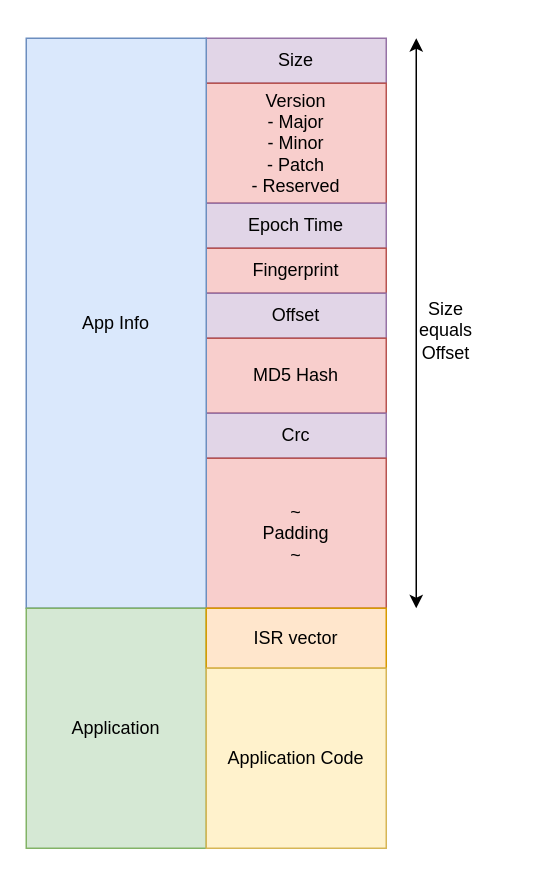
This is doc/pak.drawio from aslansq/metadata_app_pak, a draw.io file, before an edit. Source tidied: cells renumbered, new cells numbered last; positions are measured from the earlier drawing's top-left corner, leaving out a move shared by most shapes. Both pictures are drawn from the tidied source at 150%, with x=0, y=0 at pixel (26, 38).
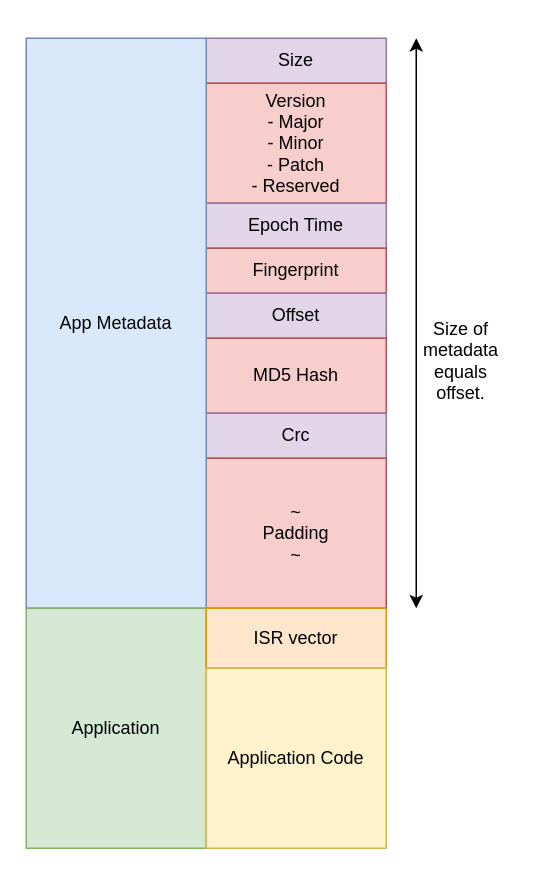
The same page after the edit.

Commit message (it also covers changes not shown here):
info to metadata name change

Change to the diagram source:
```diff
@@
 <mxGraphModel>
   <root>
     <mxCell id="0" />
     <mxCell id="1" parent="0" />
     <mxCell id="2" value="Size" style="rounded=0;whiteSpace=wrap;html=1;fillColor=#e1d5e7;strokeColor=#9673a6;" parent="1" vertex="1">
       <mxGeometry x="120" width="120" height="30" as="geometry" />
     </mxCell>
     <mxCell id="3" value="Version&lt;div&gt;- Major&lt;/div&gt;&lt;div&gt;- Minor&lt;/div&gt;&lt;div&gt;- Patch&lt;/div&gt;&lt;div&gt;- Reserved&lt;/div&gt;" style="rounded=0;whiteSpace=wrap;html=1;fillColor=#f8cecc;strokeColor=#b85450;" parent="1" vertex="1">
       <mxGeometry x="120" y="30" width="120" height="80" as="geometry" />
     </mxCell>
     <mxCell id="4" value="Epoch Time" style="rounded=0;whiteSpace=wrap;html=1;fillColor=#e1d5e7;strokeColor=#9673a6;" parent="1" vertex="1">
       <mxGeometry x="120" y="110" width="120" height="30" as="geometry" />
     </mxCell>
     <mxCell id="5" value="Fingerprint" style="rounded=0;whiteSpace=wrap;html=1;fillColor=#f8cecc;strokeColor=#b85450;" parent="1" vertex="1">
       <mxGeometry x="120" y="140" width="120" height="30" as="geometry" />
     </mxCell>
     <mxCell id="6" value="Offset" style="rounded=0;whiteSpace=wrap;html=1;fillColor=#e1d5e7;strokeColor=#9673a6;" parent="1" vertex="1">
       <mxGeometry x="120" y="170" width="120" height="30" as="geometry" />
     </mxCell>
     <mxCell id="7" value="MD5 Hash" style="rounded=0;whiteSpace=wrap;html=1;fillColor=#f8cecc;strokeColor=#b85450;" parent="1" vertex="1">
       <mxGeometry x="120" y="200" width="120" height="50" as="geometry" />
     </mxCell>
     <mxCell id="8" value="Crc" style="rounded=0;whiteSpace=wrap;html=1;fillColor=#e1d5e7;strokeColor=#9673a6;" parent="1" vertex="1">
       <mxGeometry x="120" y="250" width="120" height="30" as="geometry" />
     </mxCell>
     <mxCell id="9" value="~&lt;br&gt;Padding&lt;div&gt;~&lt;/div&gt;" style="rounded=0;whiteSpace=wrap;html=1;fillColor=#f8cecc;strokeColor=#b85450;" parent="1" vertex="1">
       <mxGeometry x="120" y="280" width="120" height="100" as="geometry" />
     </mxCell>
-    <mxCell id="10" value="App Info" style="rounded=0;whiteSpace=wrap;html=1;fillColor=#dae8fc;strokeColor=#6c8ebf;" parent="1" vertex="1">
+    <mxCell id="10" value="App Metadata" style="rounded=0;whiteSpace=wrap;html=1;fillColor=#dae8fc;strokeColor=#6c8ebf;" parent="1" vertex="1">
       <mxGeometry width="120" height="380" as="geometry" />
     </mxCell>
     <mxCell id="11" value="Application" style="rounded=0;whiteSpace=wrap;html=1;fillColor=#d5e8d4;strokeColor=#82b366;" parent="1" vertex="1">
       <mxGeometry y="380" width="120" height="160" as="geometry" />
     </mxCell>
     <mxCell id="12" style="endArrow=classic;startArrow=classic;html=1;rounded=0;" parent="1" edge="1">
       <mxGeometry relative="1" as="geometry">
         <mxPoint x="260" y="380" as="sourcePoint" />
         <mxPoint x="260" as="targetPoint" />
       </mxGeometry>
     </mxCell>
-    <mxCell id="13" value="Size equals&lt;br&gt;Offset" style="text;html=1;align=center;verticalAlign=middle;whiteSpace=wrap;rounded=0;" parent="1" vertex="1">
-      <mxGeometry x="250" y="180" width="60" height="30" as="geometry" />
+    <mxCell id="13" value="Size of metadata equals&lt;br&gt;offset." style="text;html=1;align=center;verticalAlign=middle;whiteSpace=wrap;rounded=0;" parent="1" vertex="1">
+      <mxGeometry x="260" y="200" width="60" height="30" as="geometry" />
     </mxCell>
     <mxCell id="14" value="ISR vector" style="rounded=0;whiteSpace=wrap;html=1;fillColor=#ffe6cc;strokeColor=#d79b00;" parent="1" vertex="1">
       <mxGeometry x="120" y="380" width="120" height="40" as="geometry" />
     </mxCell>
     <mxCell id="15" value="Application Code" style="rounded=0;whiteSpace=wrap;html=1;fillColor=#fff2cc;strokeColor=#d6b656;" parent="1" vertex="1">
       <mxGeometry x="120" y="420" width="120" height="120" as="geometry" />
     </mxCell>
   </root>
 </mxGraphModel>
```
